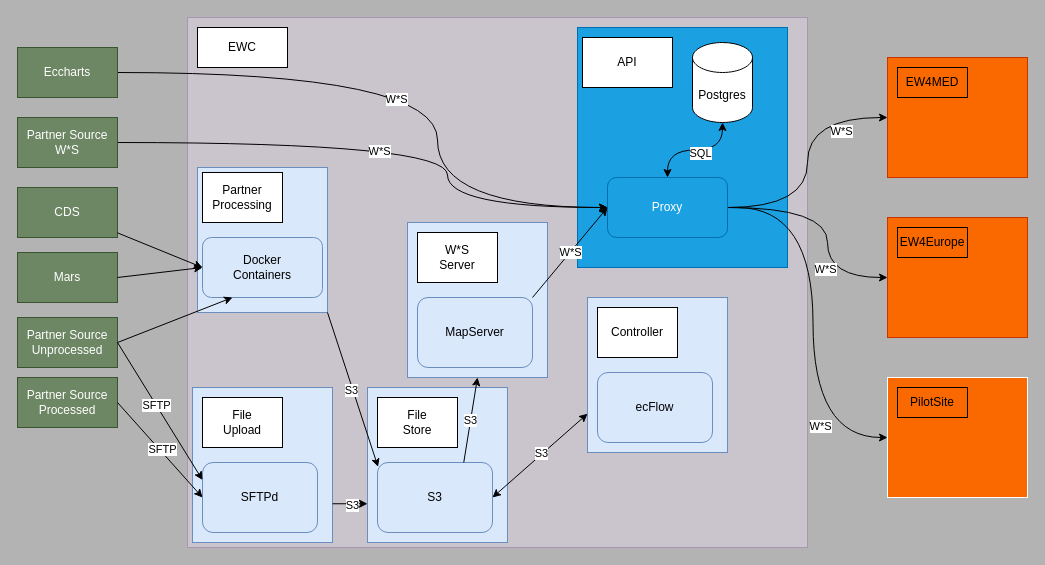
ec-snee/draw-io keeps this draw.io diagram as gobeyond-api-tech.drawio. Above is the earlier version. Source tidied: cells renumbered, new cells numbered last; positions are measured from the earlier drawing's top-left corner, leaving out a move shared by most shapes. Both pictures are drawn from the tidied source at 100%, with x=0, y=0 at pixel (17, 17).
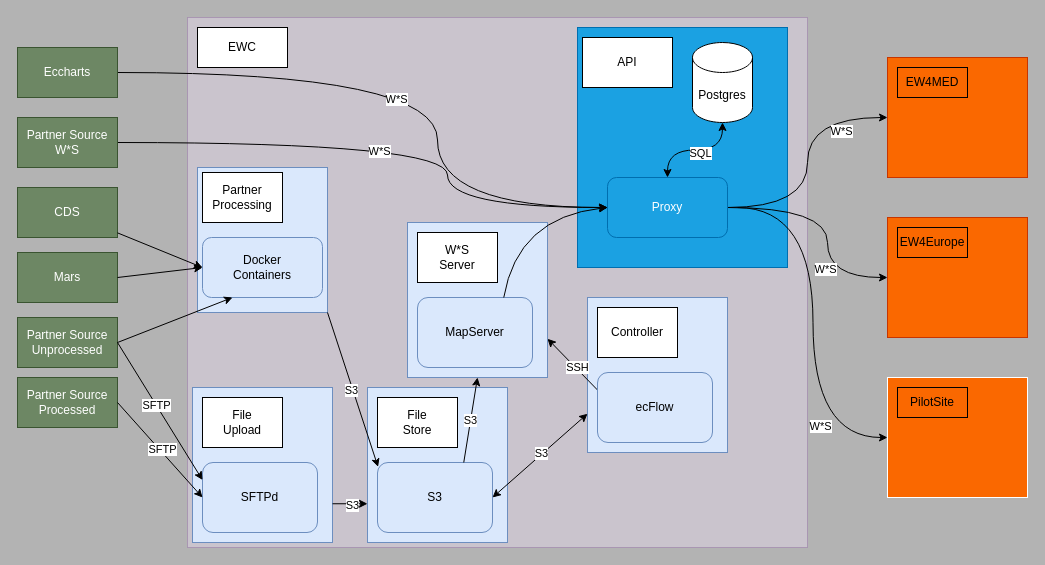
The same page after the edit.

Commit message:
Line tweaks

The change refers to these unchanged cells:
```xml
<mxCell id="20" value="Proxy" style="rounded=1;whiteSpace=wrap;html=1;fillColor=#1ba1e2;fontColor=#ffffff;strokeColor=#006EAF;" parent="1" vertex="1">
  <mxGeometry x="590" y="160" width="120" height="60" as="geometry" />
</mxCell>
<mxCell id="40" value="&lt;div&gt;ecFlow&lt;/div&gt;" style="rounded=1;whiteSpace=wrap;html=1;fillColor=#dae8fc;strokeColor=#6c8ebf;" parent="1" vertex="1">
  <mxGeometry x="580" y="355" width="115" height="70" as="geometry" />
</mxCell>
<mxCell id="44" style="rounded=0;whiteSpace=wrap;html=1;fillColor=#dae8fc;strokeColor=#6c8ebf;" parent="1" vertex="1">
  <mxGeometry x="390" y="205" width="140" height="155" as="geometry" />
</mxCell>
<mxCell id="46" value="MapServer" style="rounded=1;whiteSpace=wrap;html=1;fillColor=#dae8fc;strokeColor=#6c8ebf;" parent="1" vertex="1">
  <mxGeometry x="400" y="280" width="115" height="70" as="geometry" />
</mxCell>
```

What changed in the source:
```diff
@@
+    <mxCell id="64" style="rounded=0;jettySize=auto;html=1;exitX=0;exitY=0.25;exitDx=0;exitDy=0;entryX=1;entryY=0.75;entryDx=0;entryDy=0;" parent="1" edge="1" source="40" target="44">
+      <mxGeometry relative="1" as="geometry" />
+    </mxCell>
+    <mxCell id="65" value="SSH" style="edgeLabel;html=1;align=center;verticalAlign=middle;" parent="64" vertex="1">
+      <mxGeometry x="-0.13" y="-1" relative="1" as="geometry" />
+    </mxCell>
@@
-    <mxCell id="53" style="endArrow=classic;html=1;rounded=0;entryX=0;entryY=0.5;entryDx=0;entryDy=0;exitX=1;exitY=0;exitDx=0;exitDy=0;" parent="1" edge="1" source="46" target="20">
-      <mxGeometry relative="1" as="geometry" />
-    </mxCell>
-    <mxCell id="54" value="W*S" style="edgeLabel;html=1;align=center;verticalAlign=middle;" parent="53" vertex="1">
-      <mxGeometry x="0.01" relative="1" as="geometry" />
-    </mxCell>
@@
+    <mxCell id="53" style="endArrow=classic;html=1;rounded=0;exitX=0.75;exitY=0;exitDx=0;exitDy=0;curved=1;entryX=0;entryY=0.5;entryDx=0;entryDy=0;" parent="1" edge="1" source="46" target="20">
+      <mxGeometry relative="1" as="geometry">
+        <Array as="points">
+          <mxPoint x="500" y="200" />
+        </Array>
+      </mxGeometry>
+    </mxCell>
```
